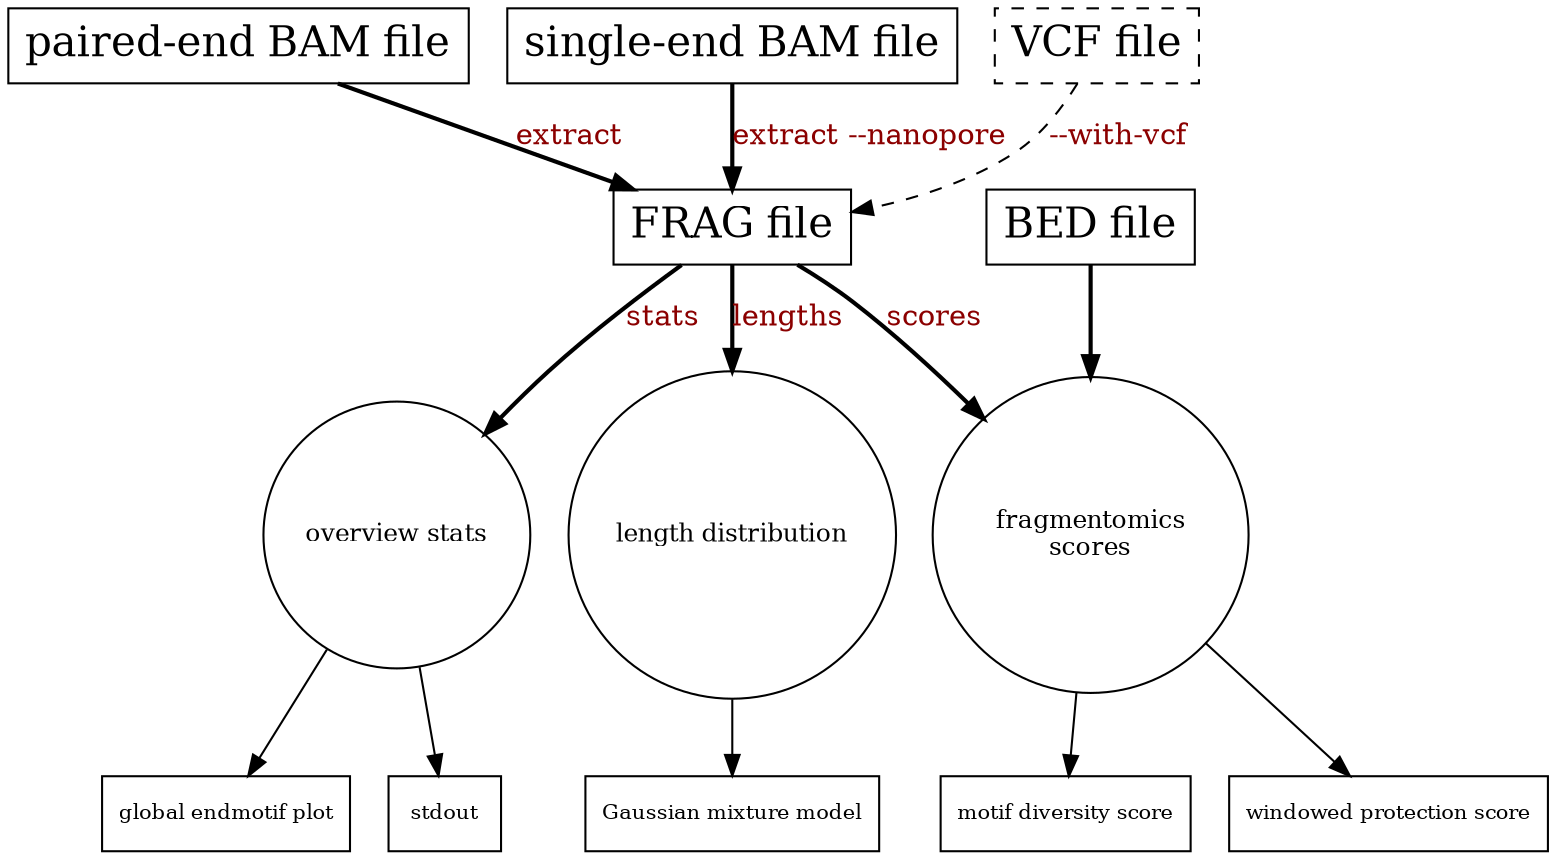
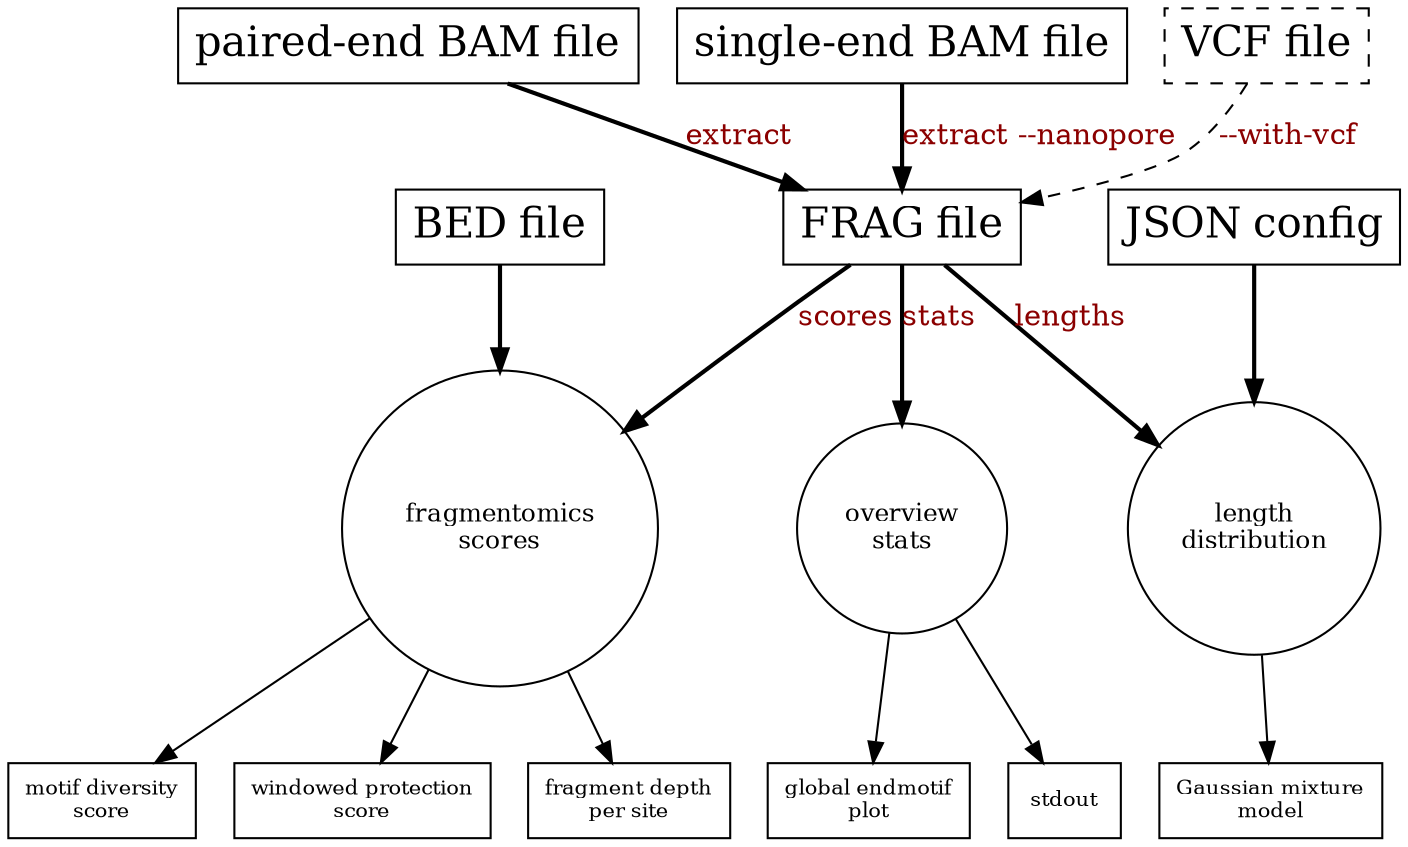
+ // This file is part of `pyfraglib`, a software suite to calculate fragmentomics
+ // features from cfDNA and perform downstream analyses.
+ //
+ // Copyright (C) 2024 Daniel Schütte, daniel.schuette@iccb-cologne.org
+ //
+ // This program is free software: you can redistribute it and/or modify it under
+ // the terms of the GNU General Public License as published by the Free Software
+ // Foundation, either version 3 of the License, or (at your option) any later
+ // version. This program is distributed in the hope that it will be useful, but
+ // WITHOUT ANY WARRANTY; without even the implied warranty of MERCHANTABILITY or
+ // FITNESS FOR A PARTICULAR PURPOSE.  See the GNU General Public License for
+ // more details. You should have received a copy of the GNU General Public
+ // License along with this program. If not, see <https://www.gnu.org/licenses/>.
+ 
digraph Workflow {
-     // bgcolor="transparent";
+     // Sometimes, we want a transparent figure for presentations, etc.
+     // > bgcolor="transparent";

    A0 -> B [label="extract",fontcolor=darkred,style=bold];
    A1 -> B [label="extract --nanopore",fontcolor=darkred,style=bold];
    AA -> B [label="--with-vcf",fontcolor=darkred,style=dashed];

    A0 [label="paired-end BAM file",shape=box,fontsize=20];
    A1 [label="single-end BAM file",shape=box,fontsize=20];
    AA [label="VCF file",shape=box,fontsize=20,style=dashed];
    B [label="FRAG file",shape=box,fontsize=20];

    B -> C [label="stats",fontcolor=darkred,style=bold];
    B -> D [label="lengths",fontcolor=darkred,style=bold];
+     DD -> D [fontcolor=darkred,style=bold];
    B -> E [label="scores",fontcolor=darkred,style=bold];
    EE -> E [fontcolor=darkred,style=bold];
    E -> F;
    E -> G;
+     E -> GG;
    D -> H;
    C -> I;
    C -> J;

-     C [label="overview stats",shape=circle,fontsize=12];
-     D [label="length distribution",shape=circle,fontsize=12];
+     C [label="overview\nstats",shape=circle,fontsize=12];
+     D [label="length\ndistribution",shape=circle,fontsize=12];
+     DD [label="JSON config",shape=box,fontsize=20];
    E [label="fragmentomics\nscores",shape=circle,fontsize=12];
    EE [label="BED file",shape=box,fontsize=20];
-     F [label="motif diversity score",shape=box,fontsize=10];
-     G [label="windowed protection score",shape=box,fontsize=10];
-     H [label="Gaussian mixture model",shape=box,fontsize=10];
-     I [label="global endmotif plot",shape=box,fontsize=10];
+     F [label="motif diversity\nscore",shape=box,fontsize=10];
+     G [label="windowed protection\nscore",shape=box,fontsize=10];
+     GG [label="fragment depth\nper site",shape=box,fontsize=10];
+     H [label="Gaussian mixture\nmodel",shape=box,fontsize=10];
+     I [label="global endmotif\nplot",shape=box,fontsize=10];
    J [label="stdout",shape=box,fontsize=10];
}
